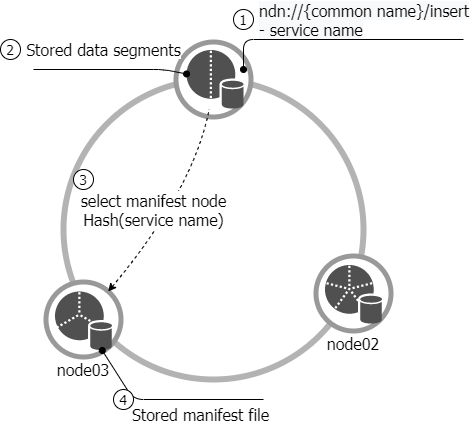
Before: img/acm21-insert.png, a diagram exported from draw.io (uni2u/difs). Source tidied: cells renumbered, new cells last; positions are measured from the earlier drawing's top-left corner, leaving out a move shared by most shapes. The source it was exported from:
```xml
<mxGraphModel>
  <root>
    <mxCell id="0" />
    <mxCell id="1" parent="0" />
    <mxCell id="2" style="ellipse;whiteSpace=wrap;html=1;fontFamily=Tahoma;fontSize=18;strokeWidth=6;strokeColor=#B3B3B3;fillColor=none;" parent="1" vertex="1">
      <mxGeometry x="63" y="70" width="300" height="300" as="geometry" />
    </mxCell>
    <mxCell id="3" style="group;" parent="1" vertex="1">
      <mxGeometry x="173" y="30" width="80" height="80" as="geometry" />
    </mxCell>
    <mxCell id="4" style="ellipse;whiteSpace=wrap;html=1;fillColor=#999999;strokeColor=none;fontFamily=Tahoma;" parent="3" vertex="1">
      <mxGeometry width="80" height="80" as="geometry" />
    </mxCell>
    <mxCell id="5" style="ellipse;whiteSpace=wrap;html=1;strokeColor=none;fillColor=#FFFFFF;fontFamily=Tahoma;" parent="3" vertex="1">
      <mxGeometry x="5" y="5" width="70" height="70" as="geometry" />
    </mxCell>
    <mxCell id="6" style="shadow=0;dashed=0;html=1;strokeColor=none;fillColor=#505050;labelPosition=center;verticalLabelPosition=bottom;verticalAlign=top;outlineConnect=0;align=center;shape=mxgraph.office.databases.database_partition_2;fontFamily=Tahoma;fontSize=14;" parent="3" vertex="1">
      <mxGeometry x="13.1" y="10.5" width="57" height="59" as="geometry" />
    </mxCell>
    <mxCell id="7" style="group;" parent="1" vertex="1">
      <mxGeometry x="313" y="244" width="80" height="80" as="geometry" />
    </mxCell>
    <mxCell id="8" style="ellipse;whiteSpace=wrap;html=1;fillColor=#999999;strokeColor=none;fontFamily=Tahoma;" parent="7" vertex="1">
      <mxGeometry width="80" height="80" as="geometry" />
    </mxCell>
    <mxCell id="9" style="ellipse;whiteSpace=wrap;html=1;strokeColor=none;fillColor=#FFFFFF;fontFamily=Tahoma;" parent="7" vertex="1">
      <mxGeometry x="5" y="5" width="70" height="70" as="geometry" />
    </mxCell>
    <mxCell id="10" style="shadow=0;dashed=0;html=1;strokeColor=none;fillColor=#505050;labelPosition=center;verticalLabelPosition=bottom;verticalAlign=top;align=center;shape=mxgraph.office.databases.database_partition_5;fontFamily=Tahoma;fontSize=14;" parent="7" vertex="1">
      <mxGeometry x="11.5" y="11.5" width="57" height="59" as="geometry" />
    </mxCell>
    <mxCell id="11" style="group;" parent="1" vertex="1">
      <mxGeometry x="43" y="270" width="80" height="80" as="geometry" />
    </mxCell>
    <mxCell id="12" style="ellipse;whiteSpace=wrap;html=1;fillColor=#999999;strokeColor=none;fontFamily=Tahoma;" parent="11" vertex="1">
      <mxGeometry width="80" height="80" as="geometry" />
    </mxCell>
    <mxCell id="13" style="ellipse;whiteSpace=wrap;html=1;strokeColor=none;fillColor=#FFFFFF;fontFamily=Tahoma;" parent="11" vertex="1">
      <mxGeometry x="5" y="5" width="70" height="70" as="geometry" />
    </mxCell>
    <mxCell id="14" style="shadow=0;dashed=0;html=1;strokeColor=none;fillColor=#505050;labelPosition=center;verticalLabelPosition=bottom;verticalAlign=top;outlineConnect=0;align=center;shape=mxgraph.office.databases.database_partition_3;fontFamily=Tahoma;fontSize=14;" parent="11" vertex="1">
      <mxGeometry x="11.5" y="12" width="57" height="59" as="geometry" />
    </mxCell>
    <mxCell id="15" value="&lt;div&gt;&lt;span style=&quot;background-color: rgb(248 , 249 , 250)&quot;&gt;ndn://{common name}/insert&lt;/span&gt;&lt;/div&gt;&lt;div&gt;&lt;span style=&quot;background-color: rgb(248 , 249 , 250)&quot;&gt;- service name&lt;/span&gt;&lt;/div&gt;" style="endArrow=none;html=1;startArrow=oval;startFill=1;fontSize=16;fontFamily=Tahoma;align=left;" parent="1" edge="1">
      <mxGeometry x="-0.57" y="22" relative="1" as="geometry">
        <mxPoint x="243" y="60" as="sourcePoint" />
        <mxPoint x="463" y="30" as="targetPoint" />
        <Array as="points">
          <mxPoint x="243" y="30" />
        </Array>
        <mxPoint x="-10" y="2" as="offset" />
      </mxGeometry>
    </mxCell>
    <mxCell id="16" value="1" style="ellipse;whiteSpace=wrap;html=1;fontFamily=Tahoma;fontSize=14;fillColor=#FFFFFF;" parent="1" vertex="1">
      <mxGeometry x="233" width="20" height="20" as="geometry" />
    </mxCell>
    <mxCell id="17" value="2" style="ellipse;whiteSpace=wrap;html=1;fontFamily=Tahoma;fontSize=14;fillColor=#FFFFFF;" parent="1" vertex="1">
      <mxGeometry y="30" width="20" height="20" as="geometry" />
    </mxCell>
    <mxCell id="18" value="&lt;font style=&quot;font-size: 16px&quot;&gt;Stored data segments&lt;/font&gt;" style="endArrow=oval;html=1;fontFamily=Tahoma;fontSize=14;endFill=1;" parent="1" edge="1" target="6">
      <mxGeometry x="-0.09" y="20" relative="1" as="geometry">
        <mxPoint x="33" y="60" as="sourcePoint" />
        <Array as="points">
          <mxPoint x="163" y="60" />
        </Array>
      </mxGeometry>
    </mxCell>
    <mxCell id="19" value="&lt;font style=&quot;font-size: 16px;&quot;&gt;select manifest node&lt;br style=&quot;font-size: 16px;&quot;&gt;Hash(service name)&lt;/font&gt;" style="endArrow=none;dashed=1;html=1;fontFamily=Tahoma;fontSize=16;curved=1;endFill=0;startArrow=classic;startFill=1;" parent="1" edge="1" source="14" target="6">
      <mxGeometry x="0.24" y="45" relative="1" as="geometry">
        <Array as="points">
          <mxPoint x="193" y="180" />
        </Array>
        <mxPoint x="4" y="29" as="offset" />
      </mxGeometry>
    </mxCell>
    <mxCell id="20" value="node03" style="text;html=1;strokeColor=none;fillColor=none;align=center;verticalAlign=middle;whiteSpace=wrap;rounded=0;fontFamily=Tahoma;fontSize=16;" parent="1" vertex="1">
      <mxGeometry x="48" y="350" width="70" height="20" as="geometry" />
    </mxCell>
    <mxCell id="21" value="node02" style="text;html=1;strokeColor=none;fillColor=none;align=center;verticalAlign=middle;whiteSpace=wrap;rounded=0;fontFamily=Tahoma;fontSize=16;" parent="1" vertex="1">
      <mxGeometry x="318" y="324" width="70" height="20" as="geometry" />
    </mxCell>
    <mxCell id="22" value="Stored manifest file" style="endArrow=none;html=1;startArrow=oval;startFill=1;fontFamily=Tahoma;fontSize=16;" parent="1" edge="1" source="14">
      <mxGeometry x="0.33" y="-15" relative="1" as="geometry">
        <mxPoint x="263" y="390" as="targetPoint" />
        <Array as="points">
          <mxPoint x="133" y="390" />
        </Array>
      </mxGeometry>
    </mxCell>
    <mxCell id="23" value="3" style="ellipse;whiteSpace=wrap;html=1;fontFamily=Tahoma;fontSize=14;fillColor=#FFFFFF;" parent="1" vertex="1">
      <mxGeometry x="73" y="160" width="20" height="20" as="geometry" />
    </mxCell>
    <mxCell id="24" value="4" style="ellipse;whiteSpace=wrap;html=1;fontFamily=Tahoma;fontSize=14;fillColor=#FFFFFF;" parent="1" vertex="1">
      <mxGeometry x="113" y="380" width="20" height="20" as="geometry" />
    </mxCell>
  </root>
</mxGraphModel>
```
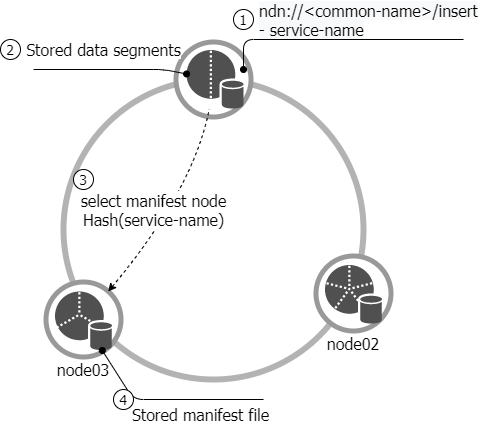
After the commit.

Change to the diagram source:
```diff
@@ -41,7 +41,7 @@
     <mxCell id="14" style="shadow=0;dashed=0;html=1;strokeColor=none;fillColor=#505050;labelPosition=center;verticalLabelPosition=bottom;verticalAlign=top;outlineConnect=0;align=center;shape=mxgraph.office.databases.database_partition_3;fontFamily=Tahoma;fontSize=14;" parent="11" vertex="1">
       <mxGeometry x="11.5" y="12" width="57" height="59" as="geometry" />
     </mxCell>
-    <mxCell id="15" value="&lt;div&gt;&lt;span style=&quot;background-color: rgb(248 , 249 , 250)&quot;&gt;ndn://{common name}/insert&lt;/span&gt;&lt;/div&gt;&lt;div&gt;&lt;span style=&quot;background-color: rgb(248 , 249 , 250)&quot;&gt;- service name&lt;/span&gt;&lt;/div&gt;" style="endArrow=none;html=1;startArrow=oval;startFill=1;fontSize=16;fontFamily=Tahoma;align=left;" parent="1" edge="1">
+    <mxCell id="15" value="&lt;div&gt;&lt;span style=&quot;background-color: rgb(248 , 249 , 250)&quot;&gt;ndn://&amp;lt;common-name&amp;gt;/insert&lt;/span&gt;&lt;/div&gt;&lt;div&gt;&lt;span style=&quot;background-color: rgb(248 , 249 , 250)&quot;&gt;- service-name&lt;/span&gt;&lt;/div&gt;" style="endArrow=none;html=1;startArrow=oval;startFill=1;fontSize=16;fontFamily=Tahoma;align=left;" parent="1" edge="1">
       <mxGeometry x="-0.57" y="22" relative="1" as="geometry">
         <mxPoint x="243" y="60" as="sourcePoint" />
         <mxPoint x="463" y="30" as="targetPoint" />
@@ -65,7 +65,7 @@
         </Array>
       </mxGeometry>
     </mxCell>
-    <mxCell id="19" value="&lt;font style=&quot;font-size: 16px;&quot;&gt;select manifest node&lt;br style=&quot;font-size: 16px;&quot;&gt;Hash(service name)&lt;/font&gt;" style="endArrow=none;dashed=1;html=1;fontFamily=Tahoma;fontSize=16;curved=1;endFill=0;startArrow=classic;startFill=1;" parent="1" edge="1" source="14" target="6">
+    <mxCell id="19" value="&lt;font style=&quot;font-size: 16px&quot;&gt;select manifest node&lt;br style=&quot;font-size: 16px&quot;&gt;Hash(service-name)&lt;/font&gt;" style="endArrow=none;dashed=1;html=1;fontFamily=Tahoma;fontSize=16;curved=1;endFill=0;startArrow=classic;startFill=1;" parent="1" edge="1" source="14" target="6">
       <mxGeometry x="0.24" y="45" relative="1" as="geometry">
         <Array as="points">
           <mxPoint x="193" y="180" />
```
